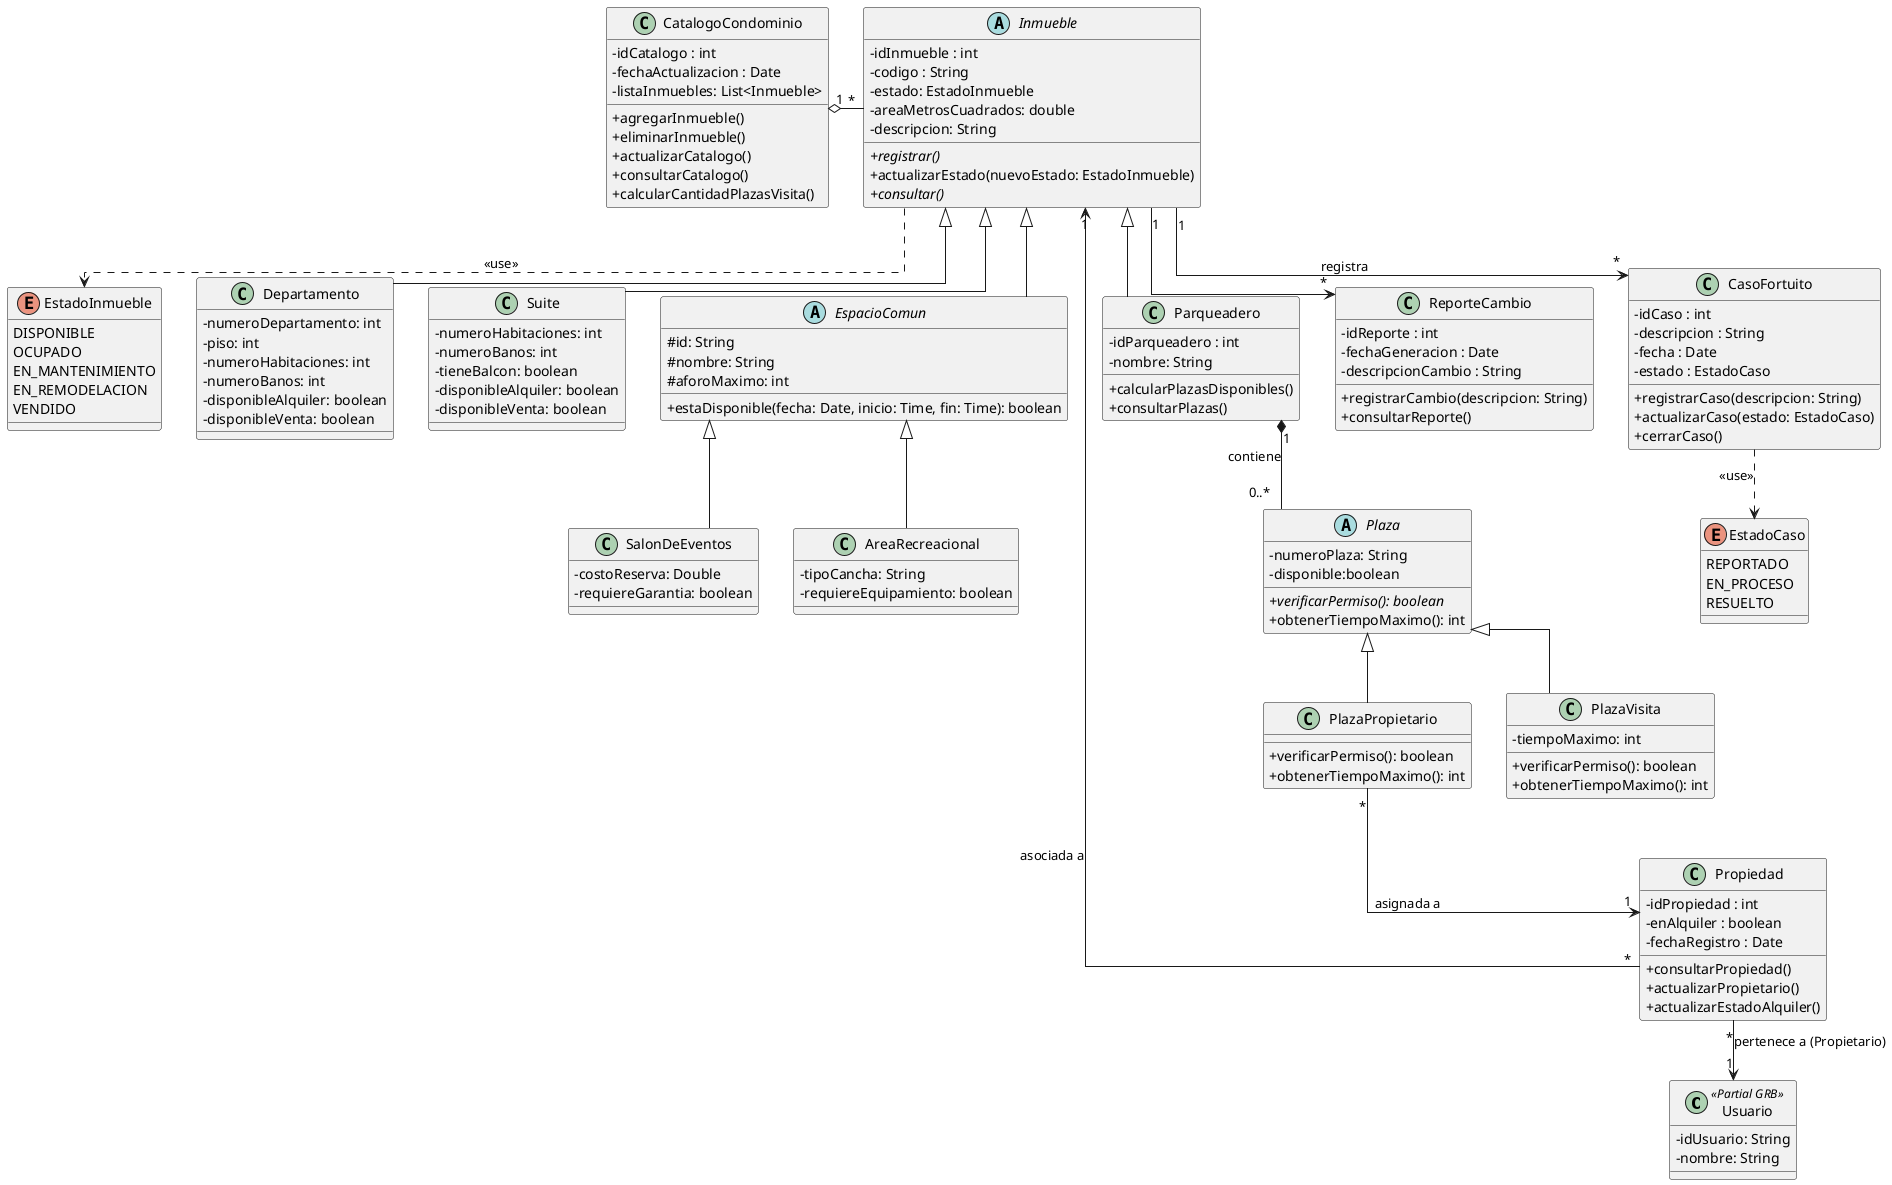
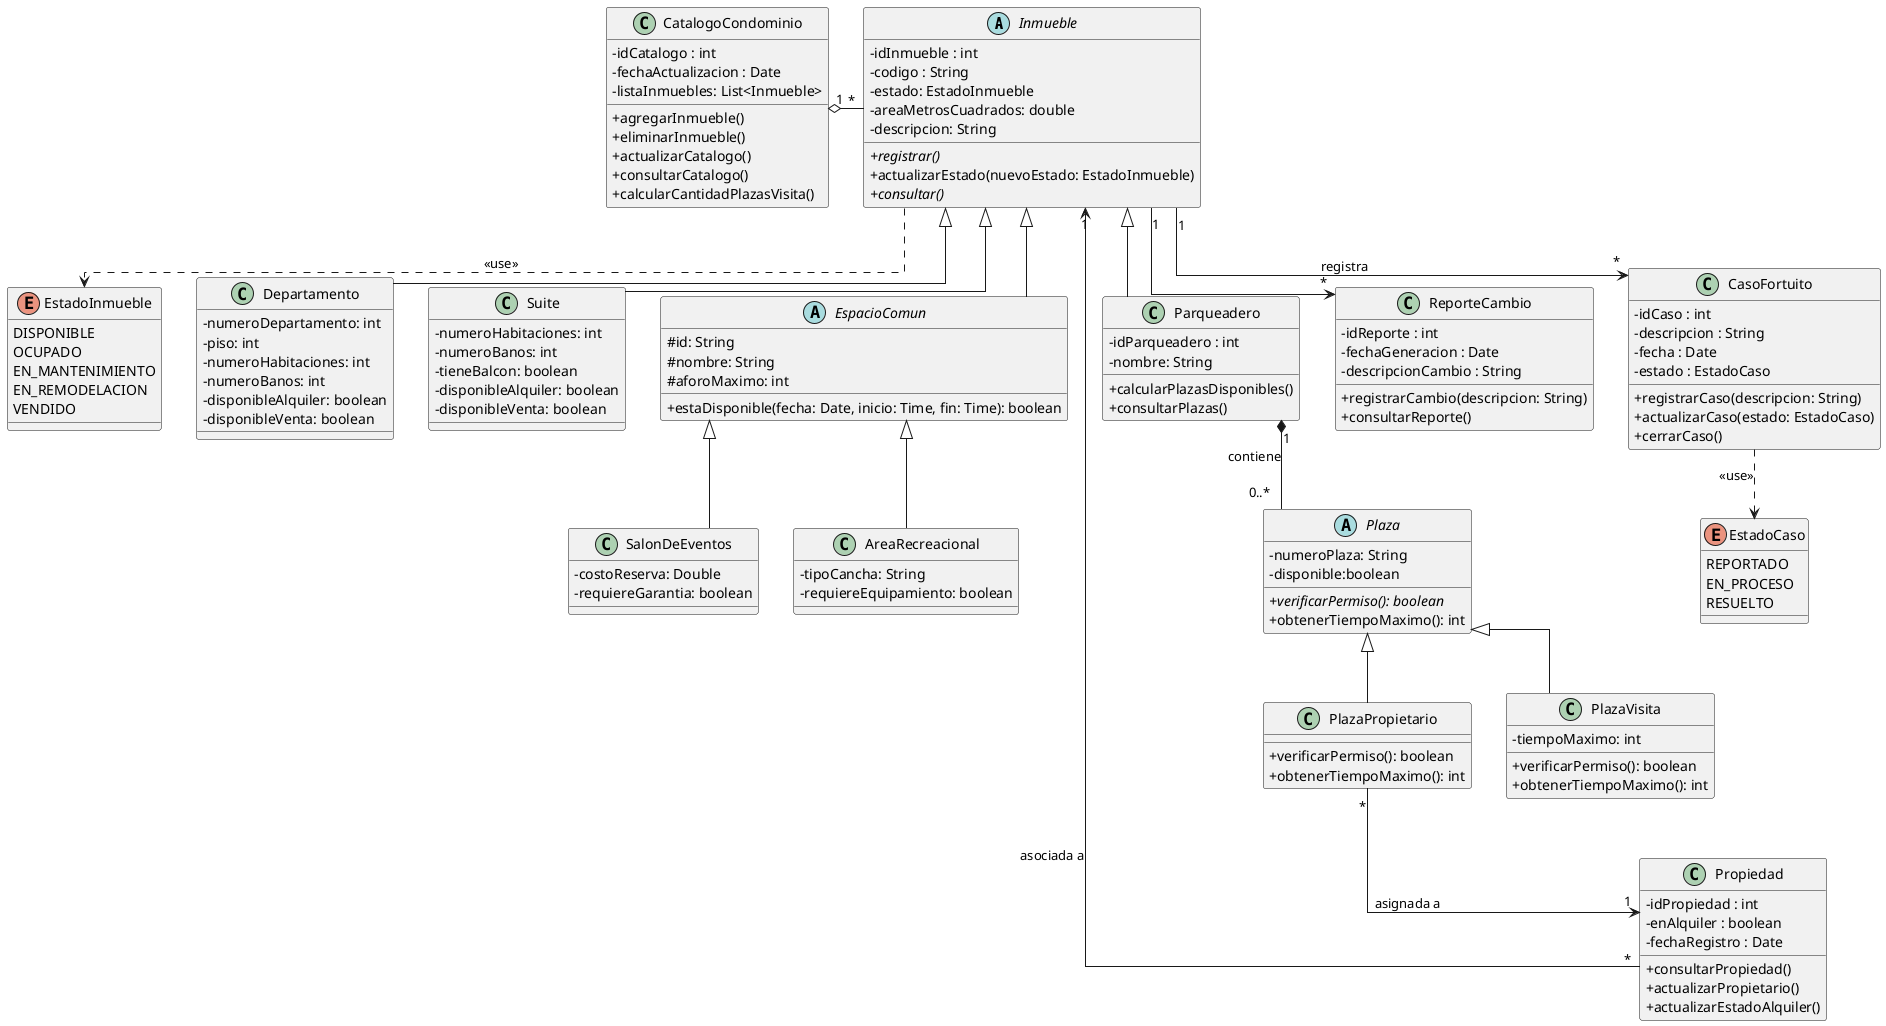
@startuml DomainClassDiagram
skinparam classAttributeIconSize 0
skinparam linetype ortho
- 
- ' ==========================================
- ' REFERENCIA A MÓDULO GRB (USUARIOS)
- ' ==========================================
- class Usuario <<Partial GRB>> {
-     - idUsuario: String
-     - nombre: String
- }

' ==========================================
' CLASE ABSTRACTA PADRE (INMUEBLE)
' ==========================================
abstract class Inmueble {
    - idInmueble : int
    - codigo : String
    - estado: EstadoInmueble
    - areaMetrosCuadrados: double
    - descripcion: String

    + {abstract} registrar()
    + actualizarEstado(nuevoEstado: EstadoInmueble)
    + {abstract} consultar()
}

enum EstadoInmueble {
    DISPONIBLE
    OCUPADO
    EN_MANTENIMIENTO
    EN_REMODELACION
    VENDIDO
}

' ==========================================
' CLASES HIJAS (Jerarquía de Inmueble)
' ==========================================
class Departamento {
    - numeroDepartamento: int
    - piso: int
    - numeroHabitaciones: int
    - numeroBanos: int
    - disponibleAlquiler: boolean
    - disponibleVenta: boolean
}

class Suite {
    - numeroHabitaciones: int
    - numeroBanos: int
    - tieneBalcon: boolean
    - disponibleAlquiler: boolean
    - disponibleVenta: boolean
}

abstract class EspacioComun {
    # id: String
    # nombre: String
    # aforoMaximo: int
    + estaDisponible(fecha: Date, inicio: Time, fin: Time): boolean
}

class SalonDeEventos {
    - costoReserva: Double
    - requiereGarantia: boolean
}

class AreaRecreacional {
    - tipoCancha: String
    - requiereEquipamiento: boolean
}

class Parqueadero {
    - idParqueadero : int
    - nombre: String

    + calcularPlazasDisponibles()
    + consultarPlazas()
}

' ==========================================
' PLAZAS
' ==========================================
abstract class Plaza {
    - numeroPlaza: String
    - disponible:boolean

    + {abstract} verificarPermiso(): boolean
    + obtenerTiempoMaximo(): int
}

class PlazaPropietario {

    + verificarPermiso(): boolean
    + obtenerTiempoMaximo(): int
}

class PlazaVisita {
    - tiempoMaximo: int

    + verificarPermiso(): boolean
    + obtenerTiempoMaximo(): int
}

' ==========================================
' HERENCIAS
' ==========================================
Inmueble <|-- Departamento
Inmueble <|-- Suite
Inmueble <|-- EspacioComun
Inmueble <|-- Parqueadero

EspacioComun <|-- SalonDeEventos
EspacioComun <|-- AreaRecreacional

Plaza <|-- PlazaPropietario
Plaza <|-- PlazaVisita

' ==========================================
' COMPOSICIÓN
' ==========================================
Parqueadero "1" *-- "0..*" Plaza : "contiene"

' ==========================================
' COMPONENTES Y GESTIÓN
' ==========================================
class CatalogoCondominio{
    - idCatalogo : int
    - fechaActualizacion : Date
    - listaInmuebles: List<Inmueble>

    + agregarInmueble()
    + eliminarInmueble()
    + actualizarCatalogo()
    + consultarCatalogo()
    + calcularCantidadPlazasVisita()

}

class ReporteCambio {
    - idReporte : int
    - fechaGeneracion : Date
    - descripcionCambio : String

    + registrarCambio(descripcion: String)
    + consultarReporte()
}

class Propiedad {
    - idPropiedad : int
    - enAlquiler : boolean
    - fechaRegistro : Date

    + consultarPropiedad()
    + actualizarPropietario()
    + actualizarEstadoAlquiler()
}

class CasoFortuito {
    - idCaso : int
    - descripcion : String
    - fecha : Date
    - estado : EstadoCaso

    + registrarCaso(descripcion: String)
    + actualizarCaso(estado: EstadoCaso)
    + cerrarCaso()
}

enum EstadoCaso {
    REPORTADO
    EN_PROCESO
    RESUELTO
}

' ==========================================
' DEPENDENCIAS CON ENUMS (ESTILO GRD/GRE/GRF)
' ==========================================
Inmueble .down.> EstadoInmueble : <<use>>
CasoFortuito .down.> EstadoCaso : <<use>>

' ==========================================
' DISPOSICIÓN DE RELACIONES
' ==========================================
CatalogoCondominio "1" o-right- "*" Inmueble
Inmueble "1" --> "*" ReporteCambio
Inmueble "1" --> "*" CasoFortuito : "registra"

Propiedad "*" --> "1" Inmueble : "asociada a"
- Propiedad "*" --> "1" Usuario : "pertenece a (Propietario)"
PlazaPropietario "*" --> "1" Propiedad : "asignada a"
@enduml
